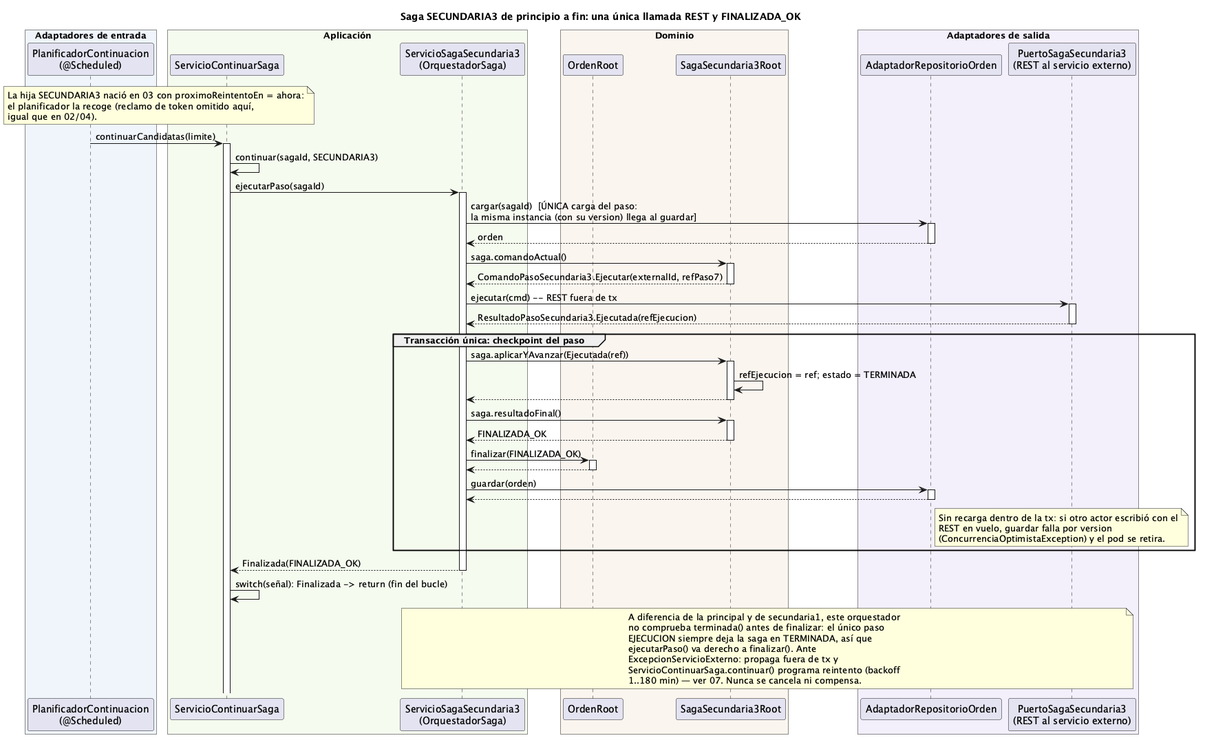
Before: order-manager/docs/06-saga-secundaria3.png, a diagram exported from PlantUML (ralcazar/patrones).
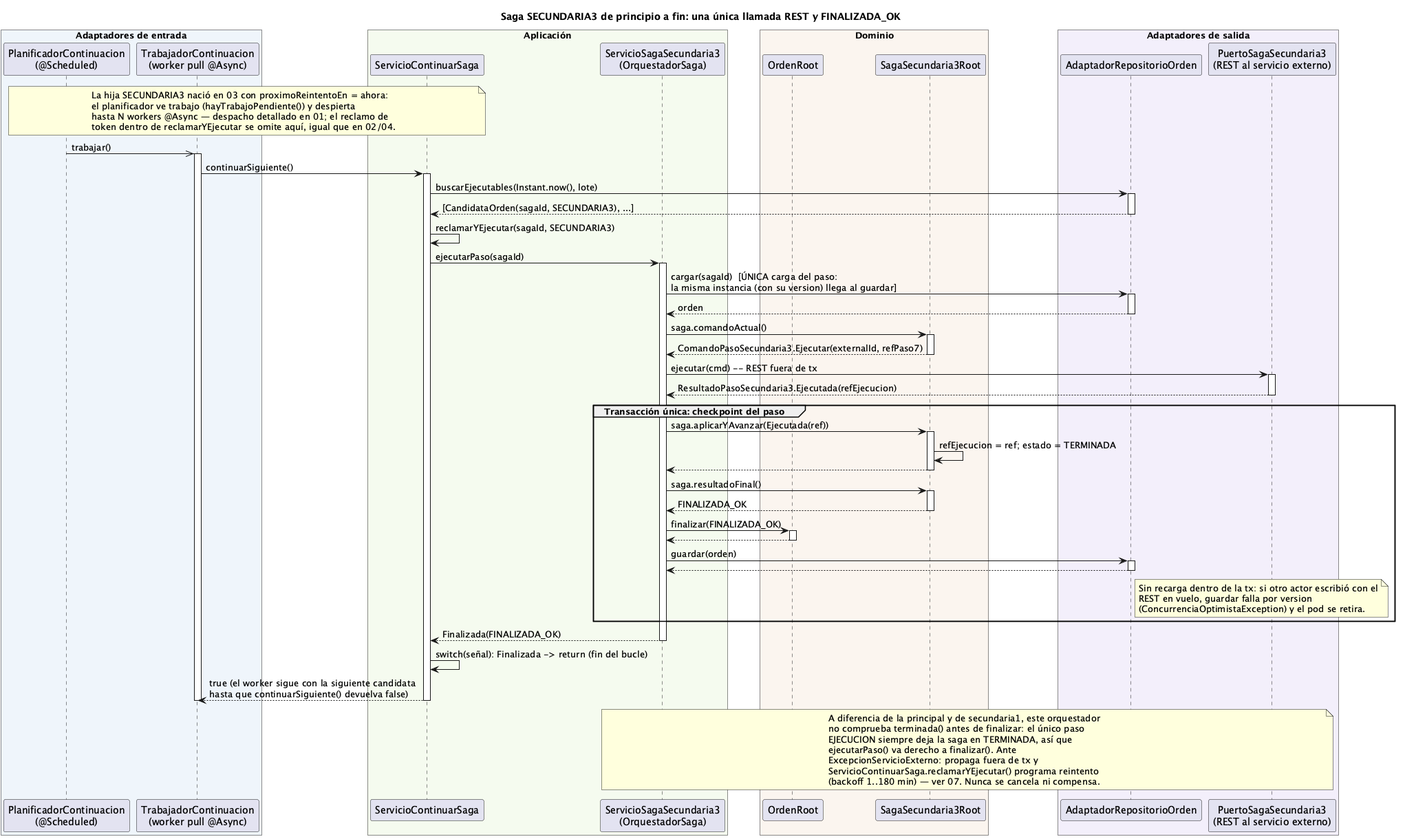
The same file after the commit.

What changed in the source:
```diff
@@ -3,6 +3,7 @@
 
 box "Adaptadores de entrada" #EFF5FB
   participant "PlanificadorContinuacion\n(@Scheduled)" as PLAN
+  participant "TrabajadorContinuacion\n(worker pull @Async)" as TRAB
 end box
 box "Aplicación" #F5FBEF
   participant "ServicioContinuarSaga" as CONT
@@ -19,12 +20,17 @@
 
 note over PLAN, CONT
   La hija SECUNDARIA3 nació en 03 con proximoReintentoEn = ahora:
-  el planificador la recoge (reclamo de token omitido aquí,
-  igual que en 02/04).
+  el planificador ve trabajo (hayTrabajoPendiente()) y despierta
+  hasta N workers @Async — despacho detallado en 01; el reclamo de
+  token dentro de reclamarYEjecutar se omite aquí, igual que en 02/04.
 end note
 
-PLAN -> CONT ++ : continuarCandidatas(limite)
-CONT -> CONT : continuar(sagaId, SECUNDARIA3)
+PLAN ->> TRAB : trabajar()
+activate TRAB
+TRAB -> CONT ++ : continuarSiguiente()
+CONT -> REPO ++ : buscarEjecutables(Instant.now(), lote)
+return [CandidataOrden(sagaId, SECUNDARIA3), ...]
+CONT -> CONT : reclamarYEjecutar(sagaId, SECUNDARIA3)
 CONT -> ORQ ++ : ejecutarPaso(sagaId)
 ORQ -> REPO ++ : cargar(sagaId)  [ÚNICA carga del paso:\nla misma instancia (con su version) llega al guardar]
 return orden
@@ -50,6 +56,8 @@
 end
 return Finalizada(FINALIZADA_OK)
 CONT -> CONT : switch(señal): Finalizada -> return (fin del bucle)
+return true (el worker sigue con la siguiente candidata\nhasta que continuarSiguiente() devuelva false)
+deactivate TRAB
 
 note over ORQ, PSIM
   A diferencia de la principal y de secundaria1, este orquestador
@@ -57,7 +65,7 @@
   EJECUCION siempre deja la saga en TERMINADA, así que
   ejecutarPaso() va derecho a finalizar(). Ante
   ExcepcionServicioExterno: propaga fuera de tx y
-  ServicioContinuarSaga.continuar() programa reintento (backoff
-  1..180 min) — ver 07. Nunca se cancela ni compensa.
+  ServicioContinuarSaga.reclamarYEjecutar() programa reintento
+  (backoff 1..180 min) — ver 07. Nunca se cancela ni compensa.
 end note
 @enduml
```
